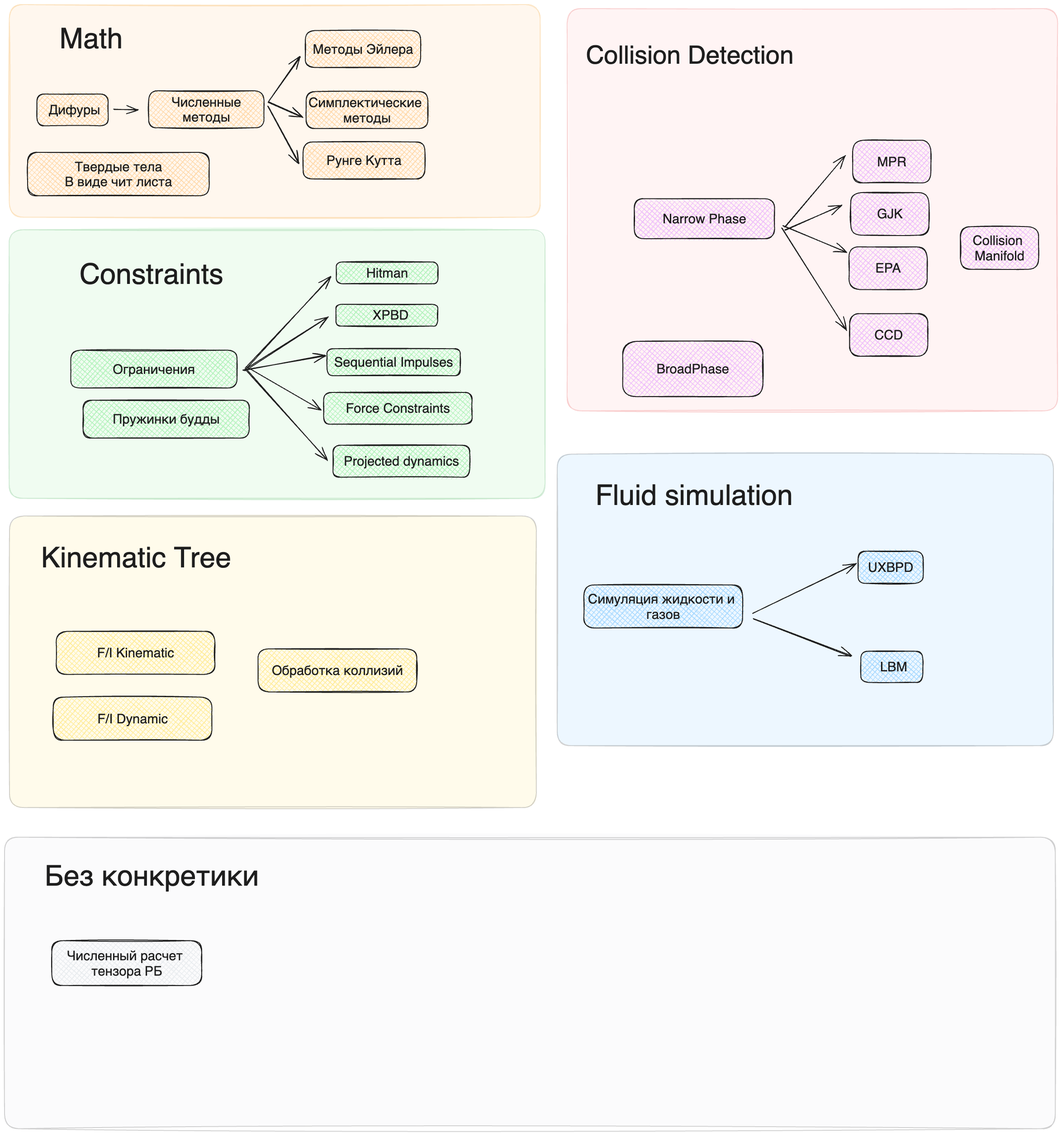
Earlier version of the Excalidraw export assets/images/main/lecture_plan.excalidraw.png (kozakromch/game_physics_2). Source tidied: one line per element, renumbered; positions are measured from the earlier drawing's top-left corner, leaving out a move shared by most shapes.
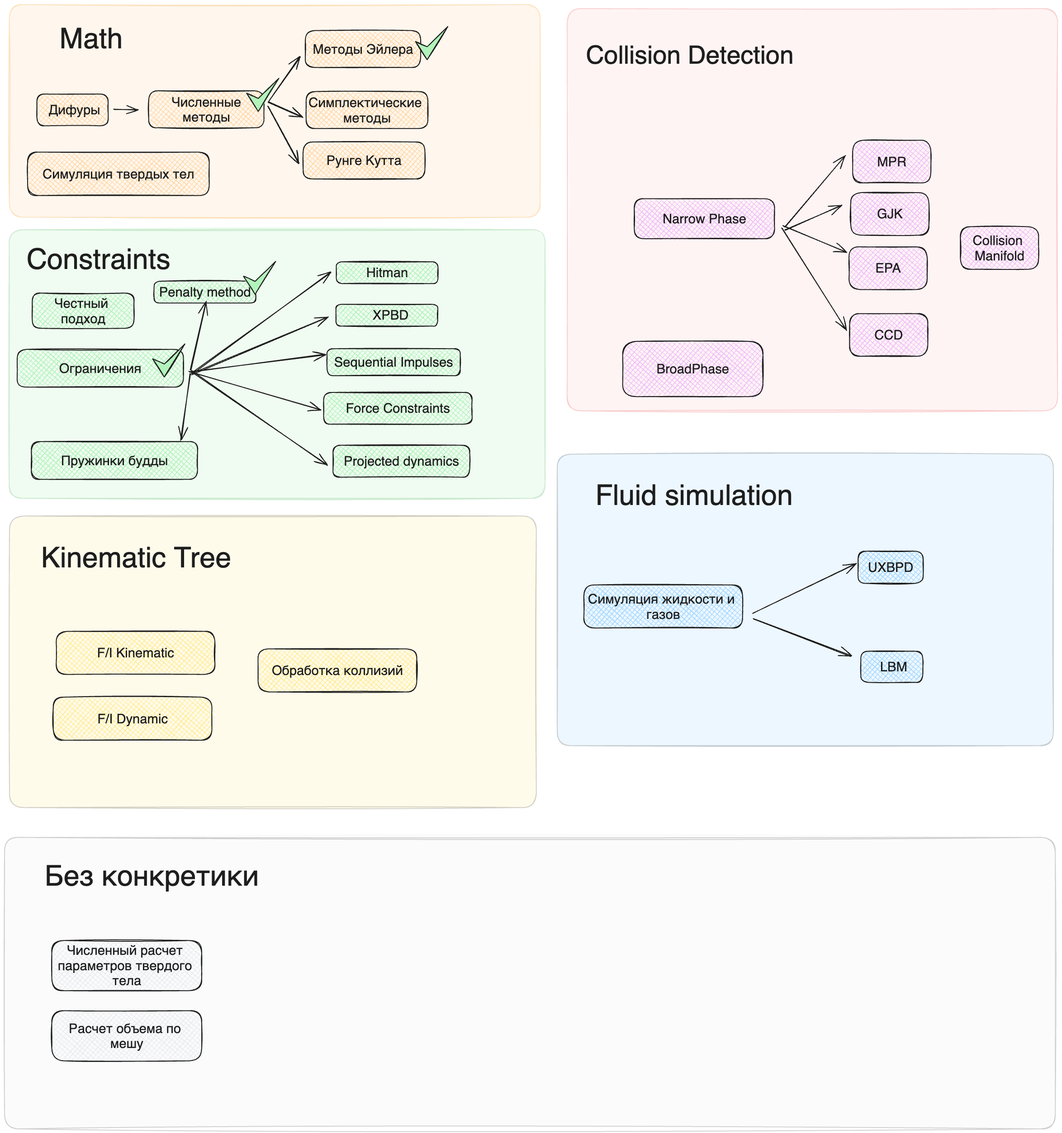
After the commit.

Change to the diagram source:
```diff
@@ -7,18 +7,18 @@
 {"id": 6, "type": "arrow", "strokeColor": "#1e1e1e", "strokeWidth": 2, "roughness": 1, "endArrowhead": "arrow", "round": true, "from": 25, "x": 242, "y": 232, "width": 53, "height": 1, "points": [[0, 0], [53, 1]]}
-{"id": 7, "type": "rectangle", "strokeColor": "#1e1e1e", "backgroundColor": "#b2f2bb", "fillStyle": "cross-hatch", "strokeWidth": 2, "roughness": 1, "round": true, "x": 146, "y": 765, "width": 368, "height": 84}
+{"id": 7, "type": "rectangle", "strokeColor": "#1e1e1e", "backgroundColor": "#b2f2bb", "fillStyle": "cross-hatch", "strokeWidth": 2, "roughness": 1, "round": true, "x": 28, "y": 763, "width": 368, "height": 84}
-{"id": 8, "type": "text", "text": "Ограничения", "strokeColor": "#1e1e1e", "backgroundColor": "#b2f2bb", "fillStyle": "cross-hatch", "strokeWidth": 2, "roughness": 1, "fontSize": 29.19, "fontFamily": 2, "textAlign": "center", "verticalAlign": "middle", "inside": 7, "x": 239, "y": 790, "width": 182, "height": 34}
+{"id": 8, "type": "text", "text": "Ограничения", "strokeColor": "#1e1e1e", "backgroundColor": "#b2f2bb", "fillStyle": "cross-hatch", "strokeWidth": 2, "roughness": 1, "fontSize": 29.19, "fontFamily": 2, "textAlign": "center", "verticalAlign": "middle", "inside": 7, "x": 121, "y": 788, "width": 182, "height": 34}
-{"id": 9, "type": "rectangle", "strokeColor": "#1e1e1e", "backgroundColor": "#ffd8a8", "fillStyle": "cross-hatch", "strokeWidth": 2, "roughness": 1, "round": true, "x": 51, "y": 327, "width": 402, "height": 96}
+{"id": 9, "type": "rectangle", "strokeColor": "#1e1e1e", "backgroundColor": "#ffd8a8", "fillStyle": "cross-hatch", "strokeWidth": 2, "roughness": 1, "round": true, "x": 51, "y": 326, "width": 402, "height": 96}
-{"id": 10, "type": "text", "text": "Твердые тела\nВ виде чит листа", "strokeColor": "#1e1e1e", "backgroundColor": "#b2f2bb", "fillStyle": "cross-hatch", "strokeWidth": 2, "roughness": 1, "fontSize": 29.19, "fontFamily": 2, "textAlign": "center", "verticalAlign": "middle", "inside": 9, "x": 133, "y": 341, "width": 237, "height": 67}
+{"id": 10, "type": "text", "text": "Симуляция твердых тел", "strokeColor": "#1e1e1e", "backgroundColor": "#b2f2bb", "fillStyle": "cross-hatch", "strokeWidth": 2, "roughness": 1, "fontSize": 29.19, "fontFamily": 2, "textAlign": "center", "verticalAlign": "middle", "inside": 9, "x": 84, "y": 358, "width": 335, "height": 34}
 {"id": 11, "type": "rectangle", "strokeColor": "#1e1e1e", "backgroundColor": "#b2f2bb", "fillStyle": "cross-hatch", "strokeWidth": 2, "roughness": 1, "round": true, "x": 733, "y": 663, "width": 225, "height": 48}
 {"id": 12, "type": "text", "text": "  XPBD", "strokeColor": "#1e1e1e", "backgroundColor": "#b2f2bb", "fillStyle": "cross-hatch", "strokeWidth": 2, "roughness": 1, "fontSize": 29.19, "fontFamily": 2, "textAlign": "center", "verticalAlign": "middle", "inside": 11, "x": 798, "y": 670, "width": 96, "height": 34}
-{"id": 13, "type": "arrow", "strokeColor": "#1e1e1e", "backgroundColor": "#b2f2bb", "fillStyle": "cross-hatch", "strokeWidth": 2, "roughness": 1, "endArrowhead": "arrow", "round": true, "from": 7, "x": 531, "y": 809, "width": 185, "height": 117, "points": [[0, 0], [185, -117]]}
+{"id": 13, "type": "arrow", "strokeColor": "#1e1e1e", "backgroundColor": "#b2f2bb", "fillStyle": "cross-hatch", "strokeWidth": 2, "roughness": 1, "endArrowhead": "arrow", "round": true, "from": 7, "x": 412, "y": 818, "width": 303, "height": 126, "points": [[0, 0], [303, -126]]}
 {"id": 14, "type": "rectangle", "strokeColor": "#1e1e1e", "backgroundColor": "#b2f2bb", "fillStyle": "cross-hatch", "strokeWidth": 2, "roughness": 1, "round": true, "x": 713, "y": 761, "width": 294, "height": 60}
 {"id": 15, "type": "text", "text": "Sequential Impulses", "strokeColor": "#1e1e1e", "backgroundColor": "#b2f2bb", "fillStyle": "cross-hatch", "strokeWidth": 2, "roughness": 1, "fontSize": 29.19, "fontFamily": 2, "textAlign": "center", "verticalAlign": "middle", "inside": 14, "x": 729, "y": 774, "width": 263, "height": 34}
-{"id": 16, "type": "arrow", "strokeColor": "#1e1e1e", "backgroundColor": "#b2f2bb", "fillStyle": "cross-hatch", "strokeWidth": 2, "roughness": 1, "endArrowhead": "arrow", "round": true, "from": 7, "to": 14, "x": 529, "y": 810, "width": 181, "height": 34, "points": [[0, 0], [181, -34]]}
+{"id": 16, "type": "arrow", "strokeColor": "#1e1e1e", "backgroundColor": "#b2f2bb", "fillStyle": "cross-hatch", "strokeWidth": 2, "roughness": 1, "endArrowhead": "arrow", "round": true, "from": 7, "to": 14, "x": 410, "y": 813, "width": 299, "height": 40, "points": [[0, 0], [299, -40]]}
 {"id": 17, "type": "rectangle", "strokeColor": "#1e1e1e", "backgroundColor": "#b2f2bb", "fillStyle": "cross-hatch", "strokeWidth": 2, "roughness": 1, "round": true, "x": 706, "y": 858, "width": 328, "height": 70}
 {"id": 18, "type": "text", "text": "Force Constraints", "strokeColor": "#1e1e1e", "backgroundColor": "#b2f2bb", "fillStyle": "cross-hatch", "strokeWidth": 2, "roughness": 1, "fontSize": 29.19, "fontFamily": 2, "textAlign": "center", "verticalAlign": "middle", "inside": 17, "x": 754, "y": 876, "width": 230, "height": 34}
-{"id": 19, "type": "arrow", "strokeColor": "#1e1e1e", "backgroundColor": "#b2f2bb", "fillStyle": "cross-hatch", "strokeWidth": 2, "roughness": 1, "endArrowhead": "arrow", "round": true, "to": 17, "x": 535, "y": 801, "width": 164, "height": 95, "points": [[0, 0], [164, 95]]}
+{"id": 19, "type": "arrow", "strokeColor": "#1e1e1e", "backgroundColor": "#b2f2bb", "fillStyle": "cross-hatch", "strokeWidth": 2, "roughness": 1, "endArrowhead": "arrow", "round": true, "from": 7, "to": 17, "x": 408, "y": 812, "width": 291, "height": 85, "points": [[0, 0], [291, 85]]}
 {"id": 20, "type": "rectangle", "strokeColor": "#1e1e1e", "backgroundColor": "#b2f2bb", "fillStyle": "cross-hatch", "strokeWidth": 2, "roughness": 1, "round": true, "x": 726, "y": 975, "width": 302, "height": 71}
 {"id": 21, "type": "text", "text": "Projected dynamics", "strokeColor": "#1e1e1e", "backgroundColor": "#b2f2bb", "fillStyle": "cross-hatch", "strokeWidth": 2, "roughness": 1, "fontSize": 29.19, "fontFamily": 2, "textAlign": "center", "verticalAlign": "middle", "inside": 20, "x": 750, "y": 993, "width": 255, "height": 34}
-{"id": 22, "type": "arrow", "strokeColor": "#1e1e1e", "backgroundColor": "#b2f2bb", "fillStyle": "cross-hatch", "strokeWidth": 2, "roughness": 1, "endArrowhead": "arrow", "round": true, "from": 7, "to": 20, "x": 534, "y": 807, "width": 179, "height": 201, "points": [[0, 0], [179, 201]]}
+{"id": 22, "type": "arrow", "strokeColor": "#1e1e1e", "backgroundColor": "#b2f2bb", "fillStyle": "cross-hatch", "strokeWidth": 2, "roughness": 1, "endArrowhead": "arrow", "round": true, "from": 7, "to": 20, "x": 412, "y": 810, "width": 300, "height": 209, "points": [[0, 0], [300, 209]]}
 {"id": 23, "type": "rectangle", "strokeColor": "#1e1e1e", "backgroundColor": "#eebefa", "fillStyle": "cross-hatch", "strokeWidth": 2, "roughness": 1, "round": true, "x": 1392, "y": 429, "width": 310, "height": 89}
@@ -47,3 +47,3 @@
 {"id": 46, "type": "text", "text": "BroadPhase", "strokeColor": "#1e1e1e", "backgroundColor": "#b2f2bb", "fillStyle": "cross-hatch", "strokeWidth": 2, "roughness": 1, "fontSize": 29.19, "fontFamily": 2, "textAlign": "center", "verticalAlign": "middle", "inside": 45, "x": 1441, "y": 789, "width": 161, "height": 34}
-{"id": 47, "type": "text", "text": "Constraints", "strokeColor": "#1e1e1e", "strokeWidth": 2, "roughness": 1, "fontSize": 62.87, "fontFamily": 2, "x": 166, "y": 560, "width": 318, "height": 72}
+{"id": 47, "type": "text", "text": "Constraints", "strokeColor": "#1e1e1e", "strokeWidth": 2, "roughness": 1, "fontSize": 62.87, "fontFamily": 2, "x": 49, "y": 527, "width": 318, "height": 72}
 {"id": 48, "type": "rectangle", "strokeColor": "#1e1e1e", "backgroundColor": "#eebefa", "fillStyle": "cross-hatch", "strokeWidth": 2, "roughness": 1, "round": true, "x": 1875, "y": 300, "width": 173, "height": 94}
@@ -53,4 +53,4 @@
 {"id": 52, "type": "text", "text": "Collision \nManifold", "strokeColor": "#1e1e1e", "backgroundColor": "#b2f2bb", "fillStyle": "cross-hatch", "strokeWidth": 2, "roughness": 1, "fontSize": 29.19, "fontFamily": 2, "textAlign": "center", "verticalAlign": "middle", "inside": 51, "x": 2141, "y": 505, "width": 118, "height": 67}
-{"id": 53, "type": "rectangle", "strokeColor": "#1e1e1e", "backgroundColor": "#b2f2bb", "fillStyle": "cross-hatch", "strokeWidth": 2, "roughness": 1, "round": true, "x": 174, "y": 875, "width": 368, "height": 84}
+{"id": 53, "type": "rectangle", "strokeColor": "#1e1e1e", "backgroundColor": "#b2f2bb", "fillStyle": "cross-hatch", "strokeWidth": 2, "roughness": 1, "round": true, "x": 59, "y": 967, "width": 368, "height": 84}
-{"id": 54, "type": "text", "text": "Пружинки будды", "strokeColor": "#1e1e1e", "backgroundColor": "#b2f2bb", "fillStyle": "cross-hatch", "strokeWidth": 2, "roughness": 1, "fontSize": 29.19, "fontFamily": 2, "textAlign": "center", "verticalAlign": "middle", "inside": 53, "x": 239, "y": 900, "width": 236, "height": 34}
+{"id": 54, "type": "text", "text": "Пружинки будды", "strokeColor": "#1e1e1e", "backgroundColor": "#b2f2bb", "fillStyle": "cross-hatch", "strokeWidth": 2, "roughness": 1, "fontSize": 29.19, "fontFamily": 2, "textAlign": "center", "verticalAlign": "middle", "inside": 53, "x": 125, "y": 992, "width": 236, "height": 34}
 {"id": 55, "type": "text", "text": "Collision Detection", "strokeColor": "#1e1e1e", "strokeWidth": 2, "roughness": 1, "fontSize": 55.46, "fontFamily": 2, "x": 1286, "y": 80, "width": 459, "height": 64}
@@ -60,4 +60,4 @@
 {"id": 59, "type": "rectangle", "strokeColor": "#1e1e1e", "backgroundColor": "#b2f2bb", "fillStyle": "cross-hatch", "strokeWidth": 2, "roughness": 1, "round": true, "x": 733, "y": 569, "width": 225, "height": 48}
-{"id": 60, "type": "text", "text": "Hitman", "strokeColor": "#1e1e1e", "backgroundColor": "#b2f2bb", "fillStyle": "cross-hatch", "strokeWidth": 2, "roughness": 1, "fontSize": 29.19, "fontFamily": 2, "textAlign": "center", "verticalAlign": "middle", "inside": 59, "x": 800, "y": 577, "width": 92, "height": 34}
+{"id": 60, "type": "text", "text": "Hitman", "strokeColor": "#1e1e1e", "backgroundColor": "#b2f2bb", "fillStyle": "cross-hatch", "strokeWidth": 2, "roughness": 1, "fontSize": 29.19, "fontFamily": 2, "textAlign": "center", "verticalAlign": "middle", "inside": 59, "x": 800, "y": 576, "width": 92, "height": 34}
-{"id": 61, "type": "arrow", "strokeColor": "#1e1e1e", "backgroundColor": "#b2f2bb", "fillStyle": "cross-hatch", "strokeWidth": 2, "roughness": 1, "endArrowhead": "arrow", "round": true, "from": 7, "to": 59, "x": 533, "y": 805, "width": 188, "height": 204, "points": [[0, 0], [188, -204]]}
+{"id": 61, "type": "arrow", "strokeColor": "#1e1e1e", "backgroundColor": "#b2f2bb", "fillStyle": "cross-hatch", "strokeWidth": 2, "roughness": 1, "endArrowhead": "arrow", "round": true, "from": 7, "to": 59, "x": 414, "y": 816, "width": 307, "height": 224, "points": [[0, 0], [307, -224]]}
 {"id": 62, "type": "rectangle", "strokeColor": "#1e1e1e", "backgroundColor": "#ffd8a8", "fillStyle": "cross-hatch", "strokeWidth": 2, "roughness": 1, "round": true, "x": 665, "y": 58, "width": 255, "height": 82}
@@ -73,4 +73,4 @@
 {"id": 72, "type": "text", "text": "Без конкретики", "strokeColor": "#1e1e1e", "strokeWidth": 2, "roughness": 1, "fontSize": 62.87, "fontFamily": 2, "x": 89, "y": 1891, "width": 473, "height": 72}
-{"id": 73, "type": "rectangle", "strokeColor": "#1e1e1e", "backgroundColor": "#e9ecef", "fillStyle": "cross-hatch", "strokeWidth": 2, "roughness": 1, "round": true, "x": 105, "y": 2071, "width": 332, "height": 99}
+{"id": 73, "type": "rectangle", "strokeColor": "#1e1e1e", "backgroundColor": "#e9ecef", "fillStyle": "cross-hatch", "strokeWidth": 2, "roughness": 1, "round": true, "x": 105, "y": 2070, "width": 332, "height": 111}
-{"id": 74, "type": "text", "text": "Численный расчет \nтензора РБ", "strokeColor": "#1e1e1e", "backgroundColor": "#e9ecef", "fillStyle": "solid", "strokeWidth": 2, "roughness": 1, "fontSize": 29.19, "fontFamily": 2, "textAlign": "center", "verticalAlign": "middle", "inside": 73, "x": 138, "y": 2087, "width": 264, "height": 67}
+{"id": 74, "type": "text", "text": "Численный расчет \nпараметров твердого \nтела", "strokeColor": "#1e1e1e", "backgroundColor": "#e9ecef", "fillStyle": "solid", "strokeWidth": 2, "roughness": 1, "fontSize": 29.19, "fontFamily": 2, "textAlign": "center", "verticalAlign": "middle", "inside": 73, "x": 118, "y": 2075, "width": 305, "height": 101}
 {"id": 75, "type": "rectangle", "strokeColor": "#1e1e1e", "backgroundColor": "#ffec99", "fillStyle": "cross-hatch", "strokeWidth": 2, "roughness": 1, "round": true, "x": 114, "y": 1386, "width": 351, "height": 95}
@@ -81,1 +81,13 @@
 {"id": 80, "type": "text", "text": "Обработка коллизий", "strokeColor": "#1e1e1e", "backgroundColor": "#b2f2bb", "fillStyle": "cross-hatch", "strokeWidth": 2, "roughness": 1, "fontSize": 29.19, "fontFamily": 2, "textAlign": "center", "verticalAlign": "middle", "inside": 79, "x": 591, "y": 1456, "width": 290, "height": 34}
+{"id": 81, "type": "rectangle", "strokeColor": "#1e1e1e", "backgroundColor": "#b2f2bb", "fillStyle": "cross-hatch", "strokeWidth": 2, "roughness": 1, "round": true, "x": 331, "y": 612, "width": 225, "height": 48}
+{"id": 82, "type": "text", "text": "Penalty method", "strokeColor": "#1e1e1e", "backgroundColor": "#b2f2bb", "fillStyle": "cross-hatch", "strokeWidth": 2, "roughness": 1, "fontSize": 29.19, "fontFamily": 2, "textAlign": "center", "verticalAlign": "middle", "inside": 81, "x": 342, "y": 619, "width": 203, "height": 34}
+{"id": 83, "type": "arrow", "strokeColor": "#1e1e1e", "strokeWidth": 2, "roughness": 1, "endArrowhead": "arrow", "round": true, "from": 7, "x": 412, "y": 809, "width": 34, "height": 152, "points": [[0, 0], [34, -152]]}
+{"id": 84, "type": "arrow", "strokeColor": "#1e1e1e", "strokeWidth": 2, "roughness": 1, "endArrowhead": "arrow", "round": true, "from": 7, "to": 53, "x": 410, "y": 817, "width": 20, "height": 147, "points": [[0, 0], [-20, 147]]}
+{"id": 85, "type": "rectangle", "strokeColor": "#1e1e1e", "backgroundColor": "#b2f2bb", "fillStyle": "cross-hatch", "strokeWidth": 2, "roughness": 1, "round": true, "x": 61, "y": 638, "width": 225, "height": 78}
+{"id": 86, "type": "text", "text": "Честный \nподход", "strokeColor": "#1e1e1e", "backgroundColor": "#b2f2bb", "fillStyle": "cross-hatch", "strokeWidth": 2, "roughness": 1, "fontSize": 29.19, "fontFamily": 2, "textAlign": "center", "verticalAlign": "middle", "inside": 85, "x": 110, "y": 644, "width": 127, "height": 67}
+{"id": 87, "type": "rectangle", "strokeColor": "#1e1e1e", "backgroundColor": "#e9ecef", "fillStyle": "cross-hatch", "strokeWidth": 2, "roughness": 1, "round": true, "x": 104, "y": 2225, "width": 332, "height": 111}
+{"id": 88, "type": "text", "text": "Расчет объема по \nмешу", "strokeColor": "#1e1e1e", "backgroundColor": "#e9ecef", "fillStyle": "solid", "strokeWidth": 2, "roughness": 1, "fontSize": 29.19, "fontFamily": 2, "textAlign": "center", "verticalAlign": "middle", "inside": 87, "x": 142, "y": 2247, "width": 256, "height": 67}
+{"id": 89, "type": "line", "strokeColor": "#1e1e1e", "backgroundColor": "#b2f2bb", "fillStyle": "solid", "strokeWidth": 2, "roughness": 1, "x": 909, "y": 82, "width": 72, "height": 73, "points": [[0, 0], [26, 40], [72, -33], [26, 12], [0, 0]]}
+{"id": 90, "type": "line", "strokeColor": "#1e1e1e", "backgroundColor": "#b2f2bb", "fillStyle": "solid", "strokeWidth": 2, "roughness": 1, "x": 535, "y": 196, "width": 72, "height": 73, "points": [[0, 0], [26, 40], [72, -33], [26, 12], [0, 0]]}
+{"id": 91, "type": "line", "strokeColor": "#1e1e1e", "backgroundColor": "#b2f2bb", "fillStyle": "solid", "strokeWidth": 2, "roughness": 1, "x": 528, "y": 601, "width": 72, "height": 73, "points": [[0, 0], [26, 40], [72, -33], [26, 12], [0, 0]]}
+{"id": 92, "type": "line", "strokeColor": "#1e1e1e", "backgroundColor": "#b2f2bb", "fillStyle": "solid", "strokeWidth": 2, "roughness": 1, "x": 327, "y": 784, "width": 72, "height": 73, "points": [[0, 0], [26, 40], [72, -33], [26, 12], [0, 0]]}
```
